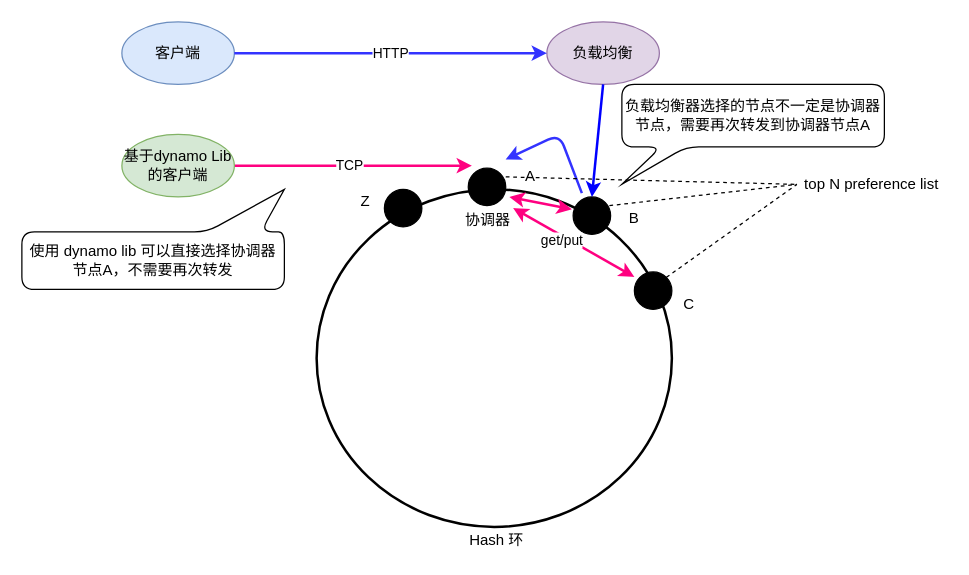
Above: source/images/dynamo_arch.drawio in stltqhs/stltqhs.github.io (draw.io), before the change. Source tidied: cells renumbered, new cells numbered last; positions are measured from the earlier drawing's top-left corner, leaving out a move shared by most shapes. Both pictures are drawn from the tidied source at 125%, with x=0, y=0 at pixel (21, 21).
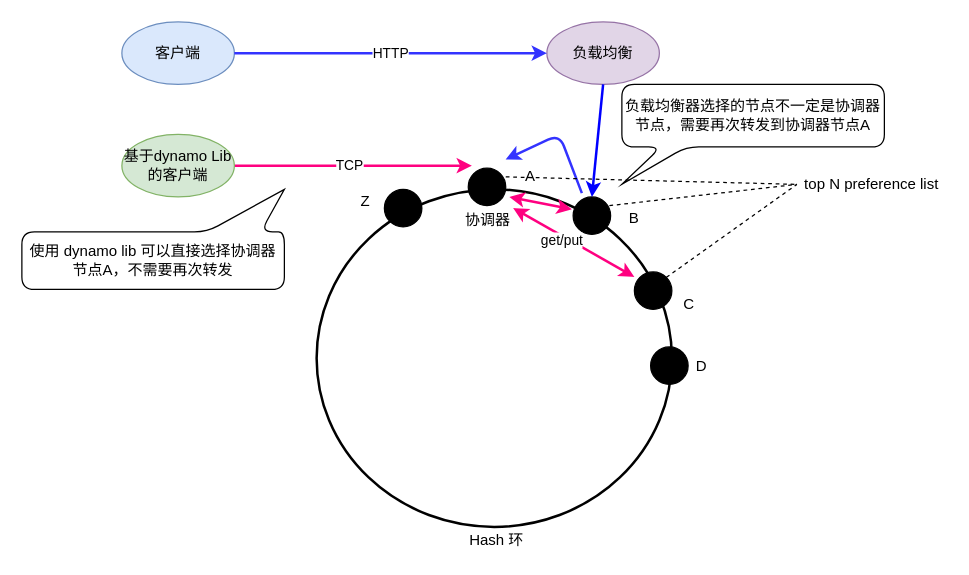
The same page after the edit.

Commit message (it also covers changes not shown here):
dynamo 的 hinted handoff

The edit, as a diff of the source:
```diff
@@
+    <mxCell id="30" style="ellipse;whiteSpace=wrap;html=1;fillColor=#000000;" parent="1" vertex="1">
+      <mxGeometry x="503" y="260" width="30" height="30" as="geometry" />
+    </mxCell>
+    <mxCell id="31" value="D" style="text;html=1;strokeColor=none;fillColor=none;align=center;verticalAlign=middle;whiteSpace=wrap;rounded=0;" parent="1" vertex="1">
+      <mxGeometry x="524.2" y="266" width="40" height="20" as="geometry" />
+    </mxCell>
```
